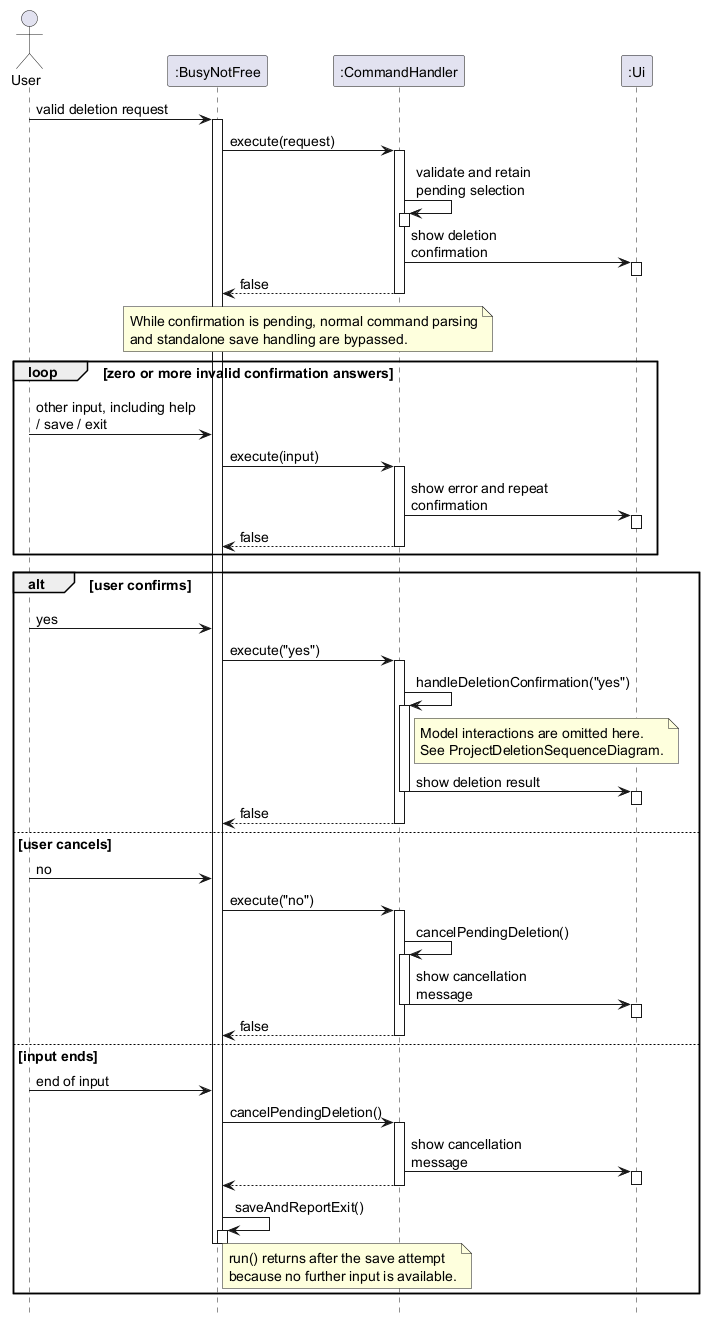
The PlantUML diagram docs/images/DeletionConfirmationSequenceDiagram.png in AY2627S1-CS2113-T10-3/tp, before a commit.
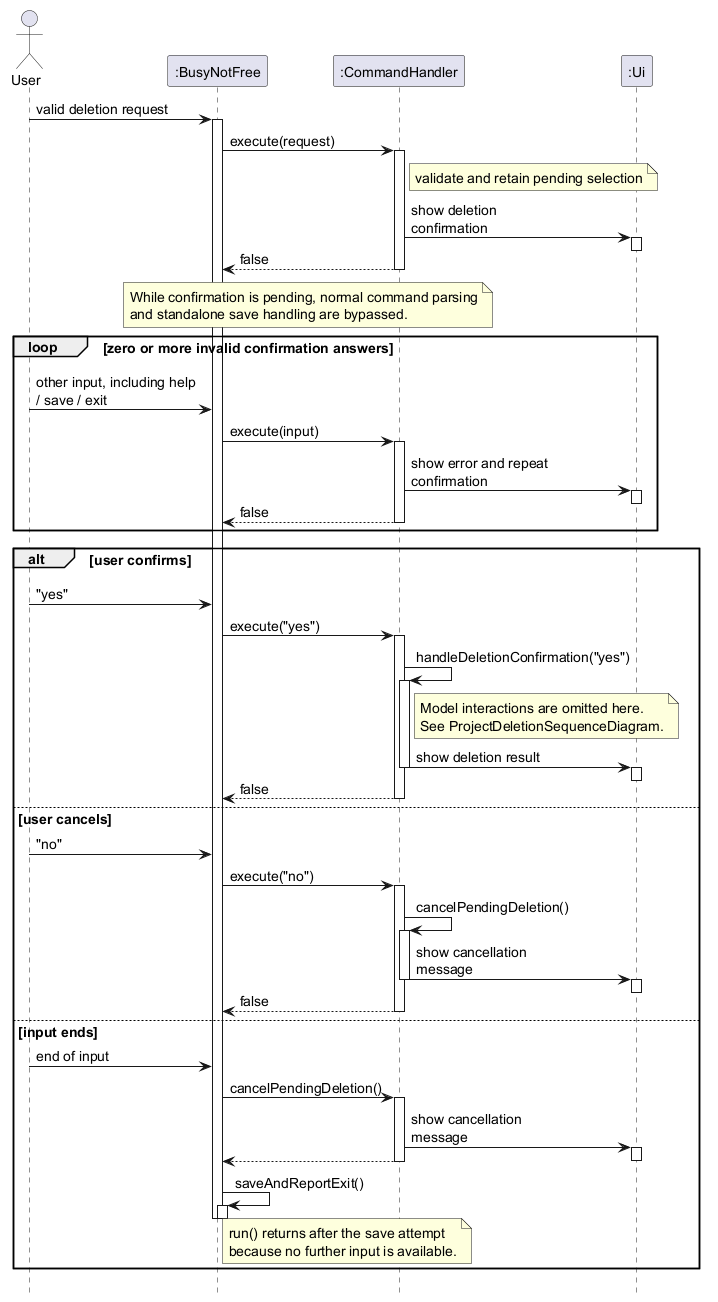
Above is the later version.

What changed in the source:
```diff
@@ -14,9 +14,9 @@
 App -> CH : execute(request)
 activate CH
 
-CH -> CH : validate and retain pending selection
-activate CH
-deactivate CH
+note right of CH
+  validate and retain pending selection
+end note
 
 CH -> UI : show deletion confirmation
 activate UI
@@ -45,7 +45,7 @@
 end
 
 alt user confirms
-  User -> App : yes
+  User -> App : "yes"
 
   App -> CH : execute("yes")
   activate CH
@@ -66,7 +66,7 @@
   CH --> App : false
   deactivate CH
 else user cancels
-  User -> App : no
+  User -> App : "no"
 
   App -> CH : execute("no")
   activate CH
```
